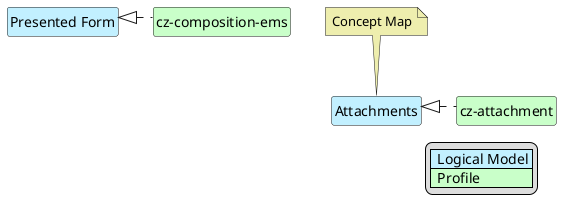
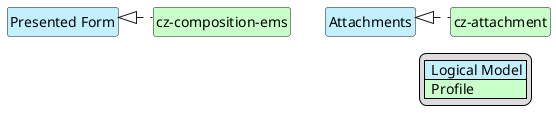
@startuml
hide circle
hide stereotype
hide members
hide methods
skinparam linetype ortho
skinparam class {
BackgroundColor<<LogicalModel>> #APPLICATION
BackgroundColor<<Profile>> #TECHNOLOGY
}
legend right
| <#APPLICATION>  Logical Model |
| <#TECHNOLOGY>  Profile |
endlegend

class "Attachments" <<LogicalModel>> [[StructureDefinition-AttachmentsCz.html]]
- note top #EEEEAE [[ConceptMap-AttachmentEMS2FHIR-cz.html]]
- Concept Map
- endnote
+ 

class "Presented Form" <<LogicalModel>> [[StructureDefinition-PresentedFormCz.html]]

class "cz-composition-ems" <<Profile>> [[https://build.fhir.org/ig/HL7-cz/cz-ems/StructureDefinition-cz-composition-ems.html]]
class "cz-attachment" <<Profile>> [[https://build.fhir.org/ig/HL7-cz/cz-core/StructureDefinition-cz-attachment.html]]

"Presented Form" <|. "cz-composition-ems"
"Attachments" <|. "cz-attachment"

"Presented Form" -d[hidden]-> "cz-composition-ems"
"Attachments" -d[hidden]-> "cz-attachment"

@enduml
